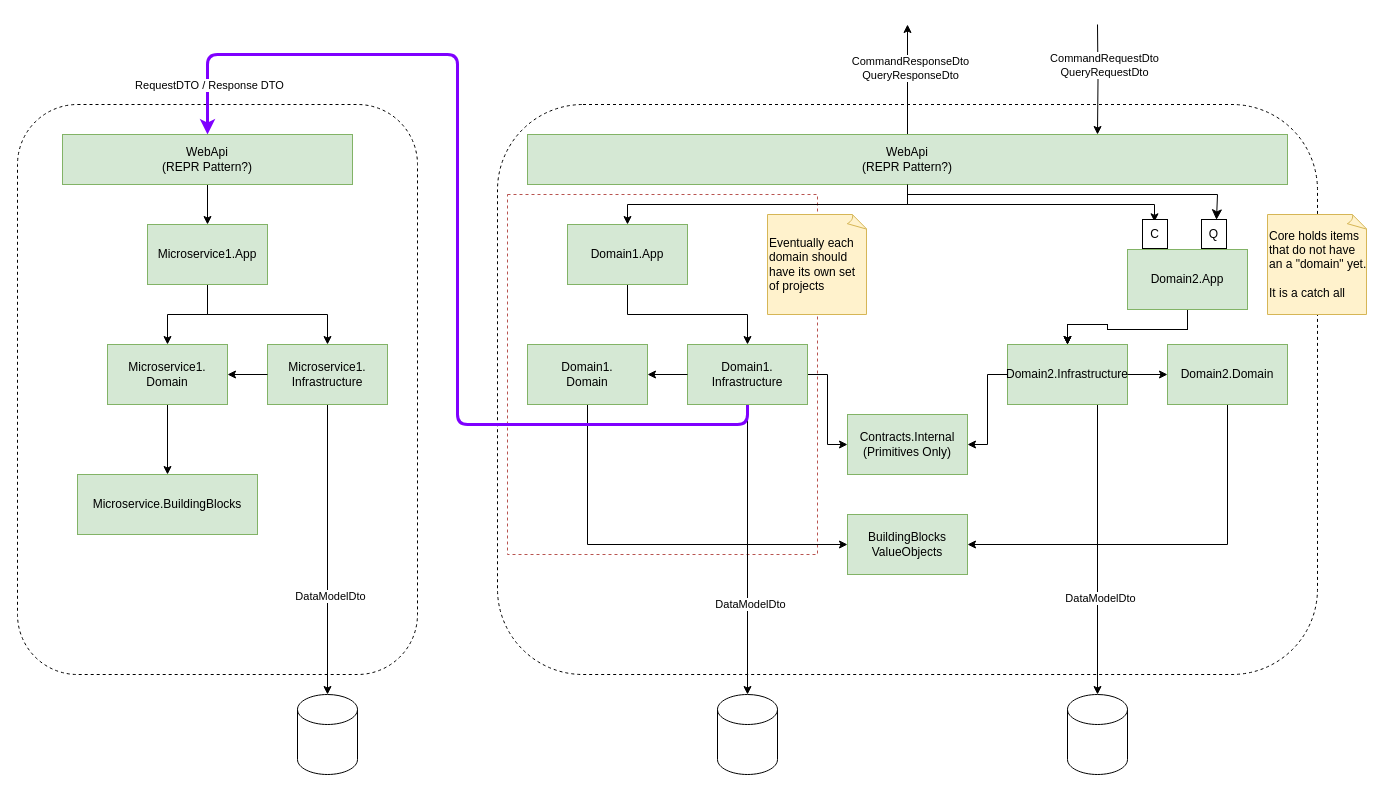
Before: page "Page-1" (1 of 2) of drawio/Drip.drawio in DelaCodes/diagrams, a draw.io diagram. Source tidied: cells renumbered, new cells numbered last; positions are measured from the earlier drawing's top-left corner, leaving out a move shared by most shapes. Both pictures are drawn from the tidied source at 100%, with x=0, y=0 at pixel (17, 24).
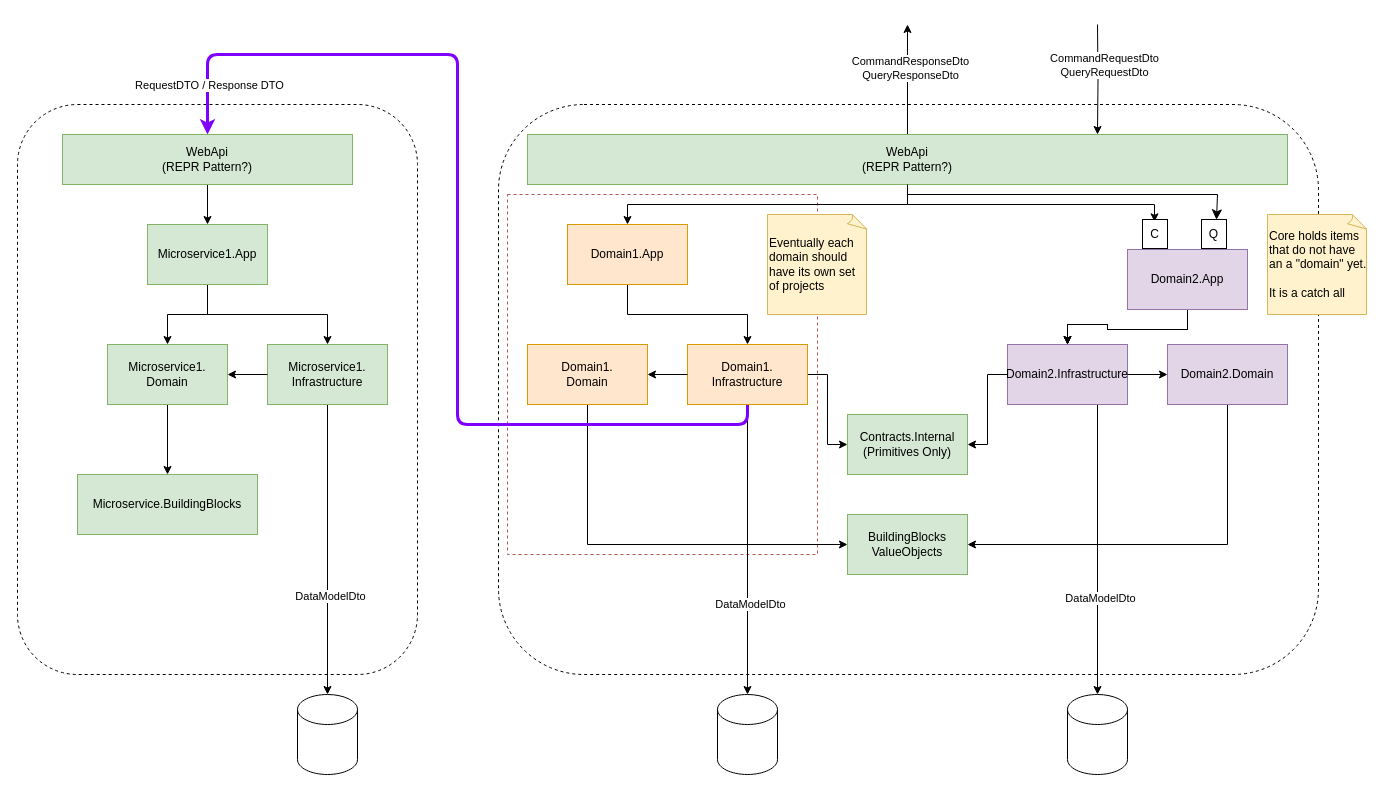
The same page after the edit.

What changed in the source:
```diff
@@
     <mxCell id="2" style="rounded=1;whiteSpace=wrap;html=1;dashed=1;fillColor=none;" parent="1" vertex="1">
-      <mxGeometry x="480" y="80" width="820" height="570" as="geometry" />
+      <mxGeometry x="481" y="80" width="820" height="570" as="geometry" />
     </mxCell>
@@
-    <mxCell id="15" value="Domain2.App" style="whiteSpace=wrap;html=1;fillColor=#d5e8d4;strokeColor=#82b366;rounded=0;" parent="1" vertex="1">
+    <mxCell id="15" value="Domain2.App" style="whiteSpace=wrap;html=1;fillColor=#e1d5e7;strokeColor=#9673a6;rounded=0;" parent="1" vertex="1">
       <mxGeometry x="1110" y="225" width="120" height="60" as="geometry" />
     </mxCell>
@@
-    <mxCell id="17" value="Domain1.App" style="whiteSpace=wrap;html=1;fillColor=#d5e8d4;strokeColor=#82b366;rounded=0;" parent="1" vertex="1">
+    <mxCell id="17" value="Domain1.App" style="whiteSpace=wrap;html=1;fillColor=#ffe6cc;strokeColor=#d79b00;rounded=0;" parent="1" vertex="1">
       <mxGeometry x="550" y="200" width="120" height="60" as="geometry" />
     </mxCell>
@@
-    <mxCell id="24" value="Domain1.&lt;br&gt;Infrastructure" style="whiteSpace=wrap;html=1;fillColor=#d5e8d4;strokeColor=#82b366;rounded=0;" parent="1" vertex="1">
+    <mxCell id="24" value="Domain1.&lt;br&gt;Infrastructure" style="whiteSpace=wrap;html=1;fillColor=#ffe6cc;strokeColor=#d79b00;rounded=0;" parent="1" vertex="1">
       <mxGeometry x="670" y="320" width="120" height="60" as="geometry" />
     </mxCell>
-    <mxCell id="25" value="Domain1.&lt;br&gt;Domain" style="whiteSpace=wrap;html=1;fillColor=#d5e8d4;strokeColor=#82b366;rounded=0;" parent="1" vertex="1">
+    <mxCell id="25" value="Domain1.&lt;br&gt;Domain" style="whiteSpace=wrap;html=1;fillColor=#ffe6cc;strokeColor=#d79b00;rounded=0;" parent="1" vertex="1">
       <mxGeometry x="510" y="320" width="120" height="60" as="geometry" />
     </mxCell>
@@
-    <mxCell id="30" value="Domain2.Infrastructure" style="whiteSpace=wrap;html=1;fillColor=#d5e8d4;strokeColor=#82b366;rounded=0;" parent="1" vertex="1">
+    <mxCell id="30" value="Domain2.Infrastructure" style="whiteSpace=wrap;html=1;fillColor=#e1d5e7;strokeColor=#9673a6;rounded=0;" parent="1" vertex="1">
       <mxGeometry x="990" y="320" width="120" height="60" as="geometry" />
     </mxCell>
@@
-    <mxCell id="32" value="Domain2.Domain" style="whiteSpace=wrap;html=1;fillColor=#d5e8d4;strokeColor=#82b366;rounded=0;" parent="1" vertex="1">
+    <mxCell id="32" value="Domain2.Domain" style="whiteSpace=wrap;html=1;fillColor=#e1d5e7;strokeColor=#9673a6;rounded=0;" parent="1" vertex="1">
       <mxGeometry x="1150" y="320" width="120" height="60" as="geometry" />
     </mxCell>
```
